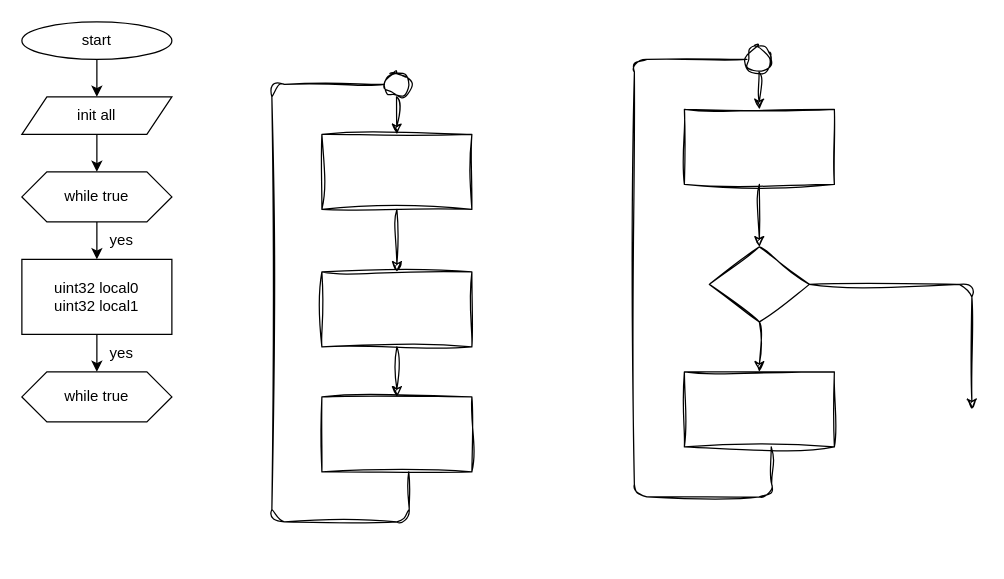
Before: block_diagram/rx.drawio in gev/reacthome-firmware, a draw.io diagram. Source tidied: cells renumbered, new cells numbered last; positions are measured from the earlier drawing's top-left corner, leaving out a move shared by most shapes. Both pictures are drawn from the tidied source at 125%, with x=0, y=0 at pixel (21, 21).
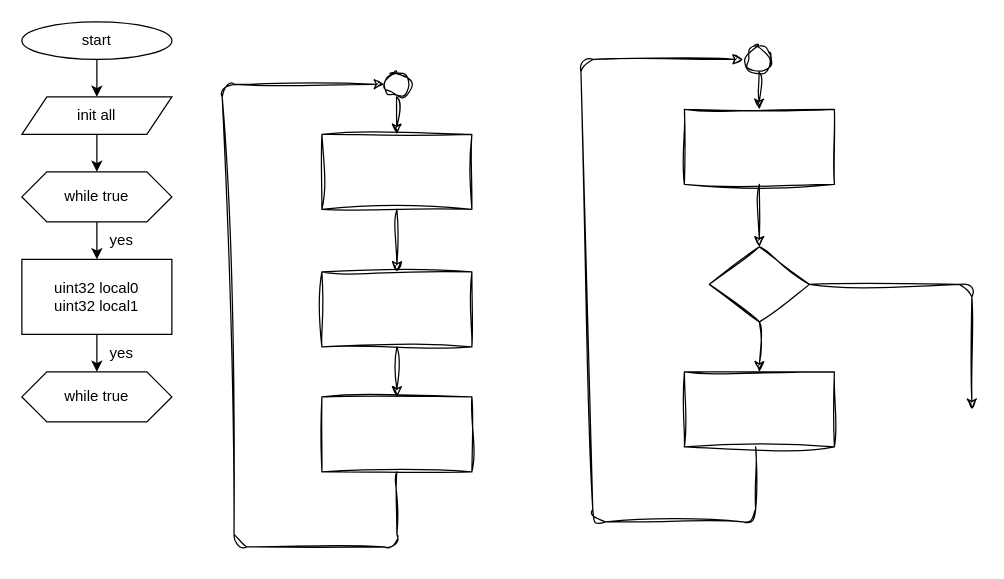
The same page after the edit.

Unchanged cells that the change refers to:
```xml
<mxCell id="14" style="rounded=0;whiteSpace=wrap;html=1;sketch=1;hachureGap=4;jiggle=2;curveFitting=1;fontFamily=Architects Daughter;fontSize=20;" parent="1" vertex="1">
  <mxGeometry x="240" y="300" width="120" height="60" as="geometry" />
</mxCell>
<mxCell id="18" style="ellipse;whiteSpace=wrap;html=1;sketch=1;hachureGap=4;jiggle=2;curveFitting=1;fontFamily=Architects Daughter;fontSize=20;" parent="1" vertex="1">
  <mxGeometry x="290" y="40" width="20" height="20" as="geometry" />
</mxCell>
<mxCell id="25" style="ellipse;whiteSpace=wrap;html=1;sketch=1;hachureGap=4;jiggle=2;curveFitting=1;fontFamily=Architects Daughter;fontSize=20;" parent="1" vertex="1">
  <mxGeometry x="580" y="20" width="20" height="20" as="geometry" />
</mxCell>
```

The edit, as a diff of the source:
```diff
@@
-    <mxCell id="19" style="endArrow=none;html=1;sketch=1;hachureGap=4;jiggle=2;curveFitting=1;fontFamily=Architects Daughter;fontSize=16;exitX=0;exitY=0.5;exitDx=0;exitDy=0;" parent="1" edge="1" source="18">
-      <mxGeometry relative="1" as="geometry">
-        <mxPoint x="309.5" y="360" as="targetPoint" />
-        <Array as="points">
-          <mxPoint x="200" y="50" />
-          <mxPoint x="200" y="400" />
-          <mxPoint x="310" y="400" />
-        </Array>
-      </mxGeometry>
-    </mxCell>
@@
-    <mxCell id="26" style="endArrow=none;html=1;sketch=1;hachureGap=4;jiggle=2;curveFitting=1;fontFamily=Architects Daughter;fontSize=16;exitX=0;exitY=0.5;exitDx=0;exitDy=0;" parent="1" edge="1" source="25">
-      <mxGeometry relative="1" as="geometry">
-        <mxPoint x="599.5" y="340" as="targetPoint" />
-        <Array as="points">
-          <mxPoint x="490" y="30" />
-          <mxPoint x="490" y="380" />
-          <mxPoint x="600" y="380" />
-        </Array>
-      </mxGeometry>
-    </mxCell>
@@
+    <mxCell id="30" style="endArrow=classic;html=1;sketch=1;hachureGap=4;jiggle=2;curveFitting=1;fontFamily=Architects Daughter;fontSize=16;exitX=0.5;exitY=1;exitDx=0;exitDy=0;" parent="1" edge="1" source="14">
+      <mxGeometry relative="1" as="geometry">
+        <mxPoint x="290" y="50" as="targetPoint" />
+        <Array as="points">
+          <mxPoint x="300" y="420" />
+          <mxPoint x="170" y="420" />
+          <mxPoint x="160" y="50" />
+        </Array>
+      </mxGeometry>
+    </mxCell>
+    <mxCell id="31" style="endArrow=classic;html=1;sketch=1;hachureGap=4;jiggle=2;curveFitting=1;fontFamily=Architects Daughter;fontSize=16;exitX=0.5;exitY=1;exitDx=0;exitDy=0;" parent="1" edge="1">
+      <mxGeometry relative="1" as="geometry">
+        <mxPoint x="587" y="340" as="sourcePoint" />
+        <mxPoint x="577" y="30" as="targetPoint" />
+        <Array as="points">
+          <mxPoint x="587" y="400" />
+          <mxPoint x="457" y="400" />
+          <mxPoint x="447" y="30" />
+        </Array>
+      </mxGeometry>
+    </mxCell>
```
